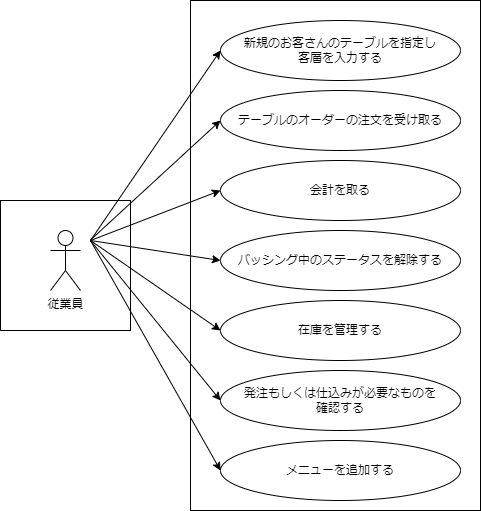
The draw.io diagram psp4/ユースケース図.drawio.png in MasakiHiguchi/---, before a commit. Source tidied: cells renumbered, new cells last; positions are measured from the earlier drawing's top-left corner, leaving out a move shared by most shapes.
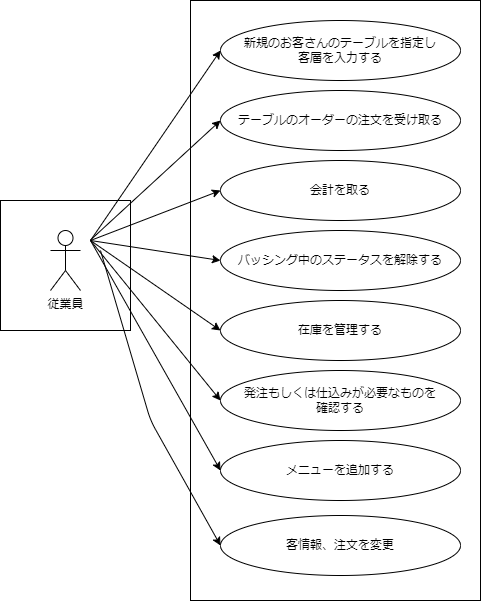
Later version of the same file.

Commit message:
ひとつくわえました

Diff of the diagram source:
```diff
@@ -9,7 +9,7 @@
       <mxGeometry x="50" y="230" width="30" height="60" as="geometry" />
     </mxCell>
     <mxCell id="4" style="rounded=0;whiteSpace=wrap;html=1;" parent="1" vertex="1">
-      <mxGeometry x="190" width="290" height="510" as="geometry" />
+      <mxGeometry x="190" width="290" height="600" as="geometry" />
     </mxCell>
     <mxCell id="5" value="新規のお客さんのテーブルを指定し&lt;br&gt;客層を入力する" style="ellipse;whiteSpace=wrap;html=1;" parent="1" vertex="1">
       <mxGeometry x="220" y="20" width="240" height="60" as="geometry" />
@@ -67,5 +67,16 @@
         <mxPoint x="90" y="240" as="sourcePoint" />
       </mxGeometry>
     </mxCell>
+    <mxCell id="19" value="客情報、注文を変更" style="ellipse;whiteSpace=wrap;html=1;" parent="1" vertex="1">
+      <mxGeometry x="220" y="515" width="240" height="60" as="geometry" />
+    </mxCell>
+    <mxCell id="20" style="endArrow=classic;html=1;entryX=0;entryY=0.5;entryDx=0;entryDy=0;" parent="1" edge="1" target="19">
+      <mxGeometry relative="1" as="geometry">
+        <mxPoint x="100" y="250" as="sourcePoint" />
+        <Array as="points">
+          <mxPoint x="150" y="420" />
+        </Array>
+      </mxGeometry>
+    </mxCell>
   </root>
 </mxGraphModel>
```
